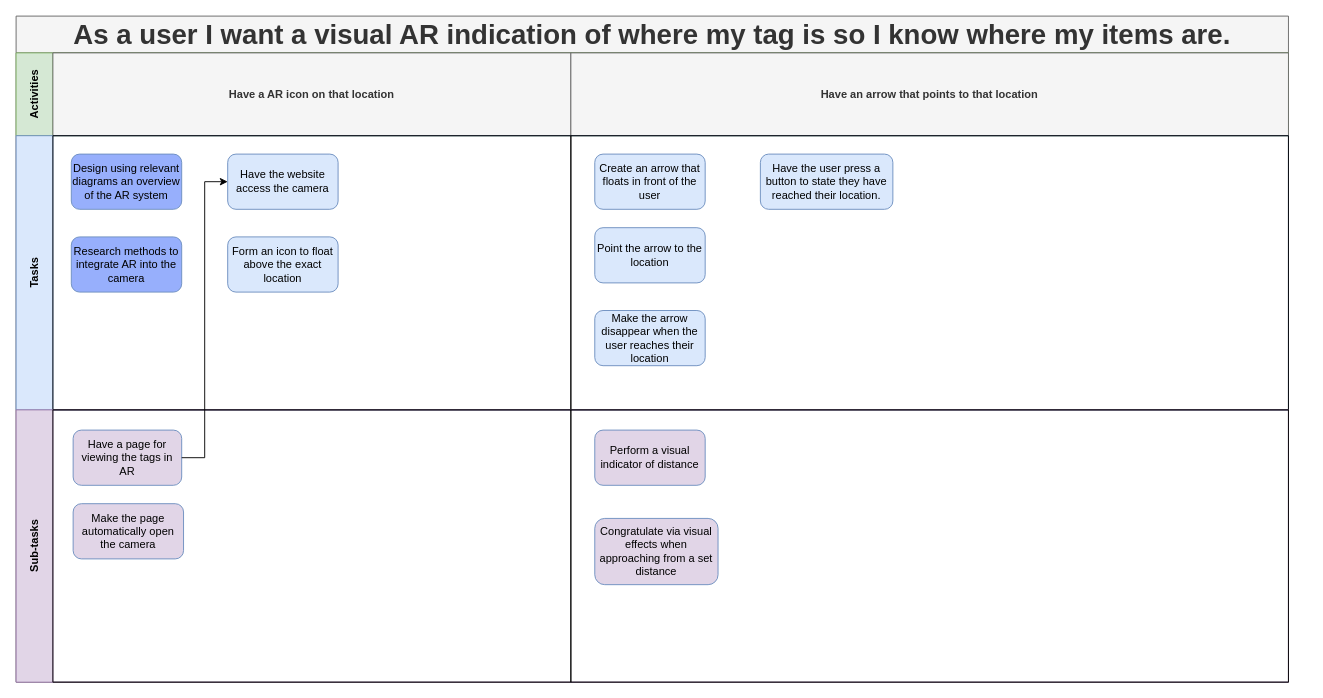
Before: Documentation/Project Diagrams/Story Maps/AR Theme.drawio in ickeyben123/AR, a draw.io diagram. Source tidied: cells renumbered, new cells numbered last; positions are measured from the earlier drawing's top-left corner, leaving out a move shared by most shapes. Both pictures are drawn from the tidied source at 92%, with x=0, y=0 at pixel (16, 16).
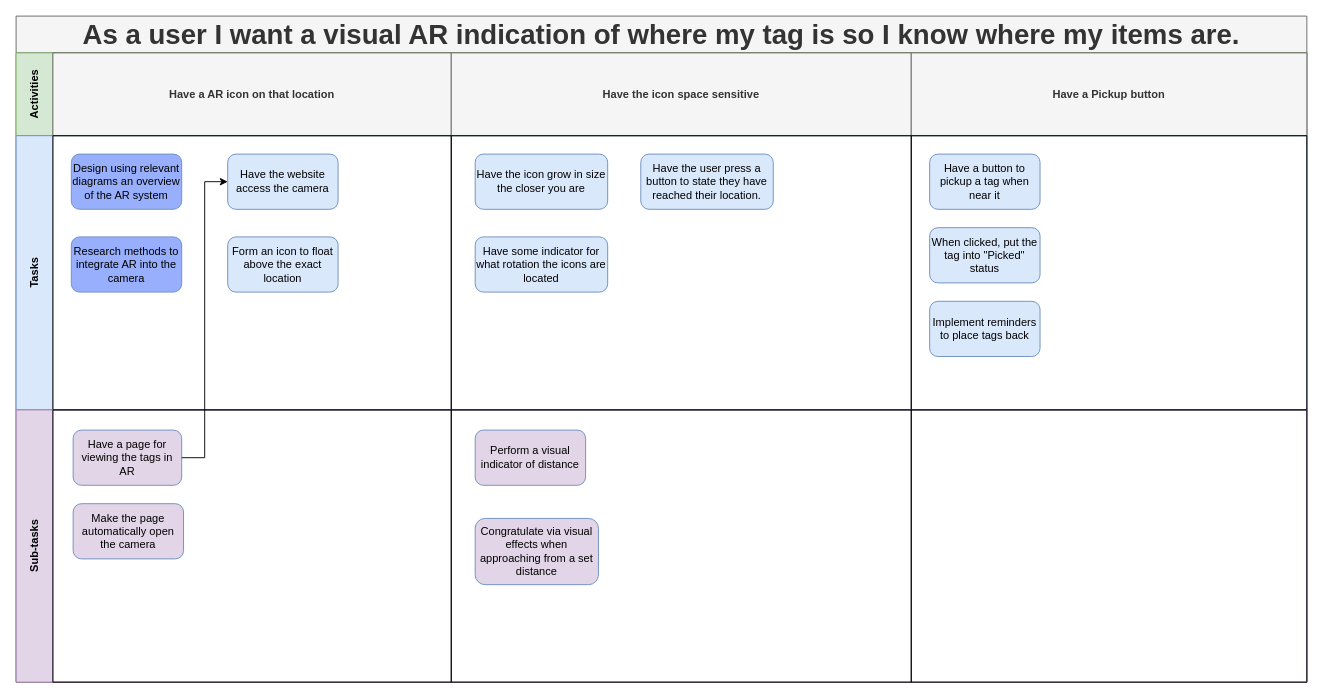
Above is the later version.

Change to the diagram source:
```diff
@@
     <mxCell id="2" value="As a user I want a visual AR indication of where my tag is so I know where my items are." style="shape=table;childLayout=tableLayout;rowLines=0;columnLines=0;startSize=40;html=1;whiteSpace=wrap;fontStyle=1;align=center;labelBackgroundColor=none;strokeWidth=1;fontSize=30;fillColor=#f5f5f5;strokeColor=#666666;fontColor=#333333;" parent="1" vertex="1">
-      <mxGeometry width="1383" height="724" as="geometry" />
+      <mxGeometry width="1403" height="724" as="geometry" />
     </mxCell>
     <mxCell id="3" value="Activities" style="swimlane;horizontal=0;startSize=40;html=1;whiteSpace=wrap;fontStyle=1;fillColor=#d5e8d4;strokeColor=#82b366;" parent="2" vertex="1">
-      <mxGeometry y="40" width="1383" height="90" as="geometry" />
+      <mxGeometry y="40" width="1403" height="90" as="geometry" />
     </mxCell>
     <mxCell id="4" value="Have a AR icon on that location" style="swimlane;startSize=180;html=1;whiteSpace=wrap;fillColor=#f5f5f5;strokeColor=#666666;fontColor=#333333;" parent="3" vertex="1">
-      <mxGeometry x="40" width="563" height="90" as="geometry" />
+      <mxGeometry x="40" width="433" height="90" as="geometry" />
     </mxCell>
-    <mxCell id="5" value="Have an arrow that points to that location " style="swimlane;startSize=180;html=1;whiteSpace=wrap;fillColor=#f5f5f5;strokeColor=#666666;fontColor=#333333;" parent="3" vertex="1">
-      <mxGeometry x="603" width="780" height="90" as="geometry" />
+    <mxCell id="5" value="Have the icon space sensitive" style="swimlane;startSize=180;html=1;whiteSpace=wrap;fillColor=#f5f5f5;strokeColor=#666666;fontColor=#333333;" parent="3" vertex="1">
+      <mxGeometry x="473" width="500" height="90" as="geometry" />
     </mxCell>
+    <mxCell id="26" value="Have a Pickup button" style="swimlane;startSize=180;html=1;whiteSpace=wrap;fillColor=#f5f5f5;strokeColor=#666666;fontColor=#333333;" parent="3" vertex="1">
+      <mxGeometry x="973" width="430" height="90" as="geometry" />
+    </mxCell>
     <mxCell id="6" value="Tasks" style="swimlane;horizontal=0;startSize=40;html=1;whiteSpace=wrap;fillColor=#dae8fc;strokeColor=#6c8ebf;" parent="2" vertex="1">
-      <mxGeometry y="130" width="1383" height="298" as="geometry" />
+      <mxGeometry y="130" width="1403" height="298" as="geometry" />
     </mxCell>
     <mxCell id="7" style="swimlane;startSize=0;html=1;whiteSpace=wrap;" parent="6" vertex="1">
-      <mxGeometry x="40" width="563" height="298" as="geometry" />
+      <mxGeometry x="40" width="433" height="298" as="geometry" />
     </mxCell>
@@
     <mxCell id="12" style="swimlane;startSize=0;html=1;whiteSpace=wrap;" parent="6" vertex="1">
-      <mxGeometry x="603" width="780" height="298" as="geometry" />
+      <mxGeometry x="473" width="500" height="298" as="geometry" />
     </mxCell>
-    <mxCell id="13" value="Create an arrow that floats in front of the user" style="rounded=1;whiteSpace=wrap;html=1;strokeWidth=1;fillColor=#dae8fc;strokeColor=#6c8ebf;" parent="12" vertex="1">
-      <mxGeometry x="26" y="20" width="120" height="60" as="geometry" />
-    </mxCell>
-    <mxCell id="14" value="Point the arrow to the location" style="rounded=1;whiteSpace=wrap;html=1;strokeWidth=1;fillColor=#dae8fc;strokeColor=#6c8ebf;" parent="12" vertex="1">
-      <mxGeometry x="26" y="100" width="120" height="60" as="geometry" />
-    </mxCell>
-    <mxCell id="15" value="Make the arrow disappear when the user reaches their location" style="rounded=1;whiteSpace=wrap;html=1;strokeWidth=1;fillColor=#dae8fc;strokeColor=#6c8ebf;" parent="12" vertex="1">
-      <mxGeometry x="26" y="190" width="120" height="60" as="geometry" />
-    </mxCell>
@@
+    <mxCell id="27" value="Have the icon grow in size the closer you are" style="rounded=1;whiteSpace=wrap;html=1;strokeWidth=1;fillColor=#dae8fc;strokeColor=#6c8ebf;" parent="12" vertex="1">
+      <mxGeometry x="26" y="20" width="144" height="60" as="geometry" />
+    </mxCell>
+    <mxCell id="28" value="Have some indicator for what rotation the icons are located" style="rounded=1;whiteSpace=wrap;html=1;strokeWidth=1;fillColor=#dae8fc;strokeColor=#6c8ebf;" parent="12" vertex="1">
+      <mxGeometry x="26" y="110" width="144" height="60" as="geometry" />
+    </mxCell>
+    <mxCell id="29" style="swimlane;startSize=0;html=1;whiteSpace=wrap;" parent="6" vertex="1">
+      <mxGeometry x="973" width="430" height="298" as="geometry" />
+    </mxCell>
+    <mxCell id="30" value="Have a button to pickup a tag when near it" style="rounded=1;whiteSpace=wrap;html=1;strokeWidth=1;fillColor=#dae8fc;strokeColor=#6c8ebf;" parent="29" vertex="1">
+      <mxGeometry x="20" y="20" width="120" height="60" as="geometry" />
+    </mxCell>
+    <mxCell id="31" value="When clicked, put the tag into &quot;Picked&quot; status " style="rounded=1;whiteSpace=wrap;html=1;strokeWidth=1;fillColor=#dae8fc;strokeColor=#6c8ebf;" parent="29" vertex="1">
+      <mxGeometry x="20" y="100" width="120" height="60" as="geometry" />
+    </mxCell>
+    <mxCell id="32" value="Implement reminders to place tags back" style="rounded=1;whiteSpace=wrap;html=1;strokeWidth=1;fillColor=#dae8fc;strokeColor=#6c8ebf;" parent="29" vertex="1">
+      <mxGeometry x="20" y="180" width="120" height="60" as="geometry" />
+    </mxCell>
     <mxCell id="17" value="Sub-tasks" style="swimlane;horizontal=0;startSize=40;html=1;whiteSpace=wrap;fillColor=#E1D5E7;strokeColor=#9673a6;" parent="2" vertex="1">
-      <mxGeometry y="428" width="1383" height="296" as="geometry" />
+      <mxGeometry y="428" width="1403" height="296" as="geometry" />
     </mxCell>
     <mxCell id="18" style="swimlane;startSize=0;html=1;whiteSpace=wrap;" parent="17" vertex="1">
-      <mxGeometry x="40" width="563" height="296" as="geometry" />
+      <mxGeometry x="40" width="433" height="296" as="geometry" />
     </mxCell>
@@
     <mxCell id="21" style="swimlane;startSize=0;html=1;whiteSpace=wrap;" parent="17" vertex="1">
-      <mxGeometry x="603" width="780" height="296" as="geometry" />
+      <mxGeometry x="473" width="500" height="296" as="geometry" />
     </mxCell>
@@
+    <mxCell id="33" style="swimlane;startSize=0;html=1;whiteSpace=wrap;" parent="17" vertex="1">
+      <mxGeometry x="973" width="430" height="296" as="geometry" />
+    </mxCell>
```
